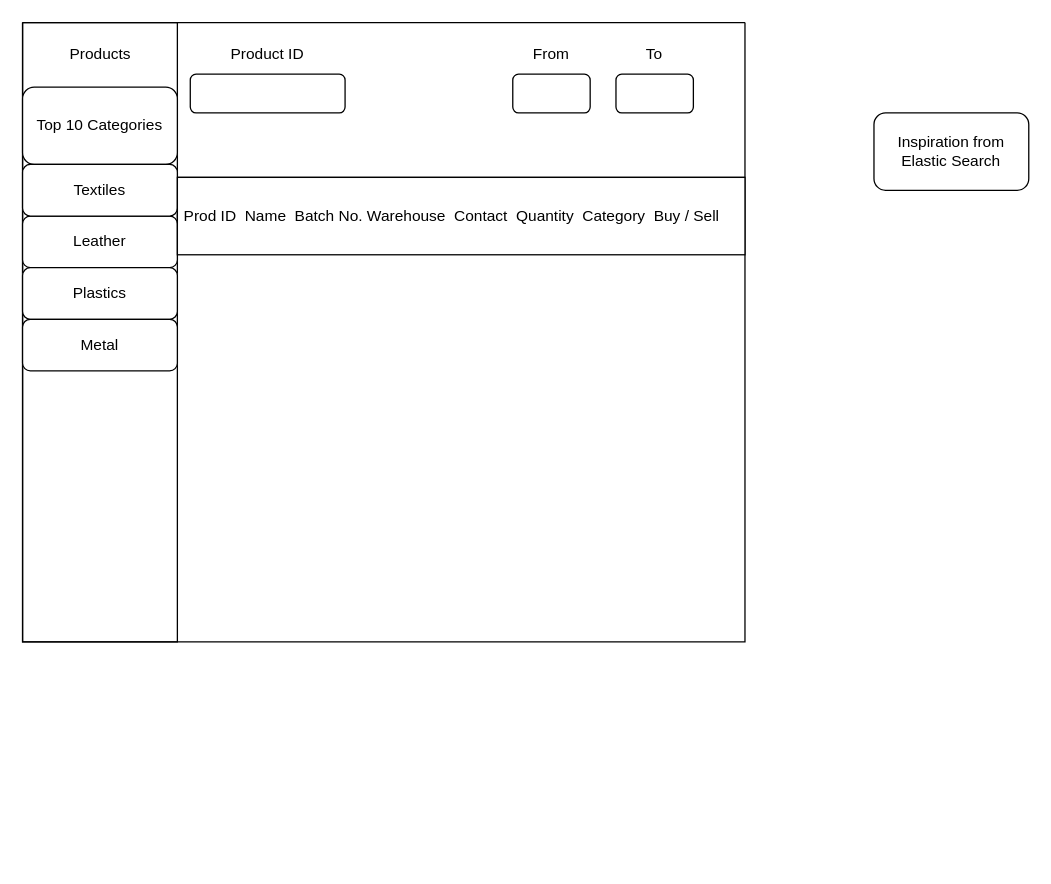
Above: dokupass.drawio in DokuPass/documents (draw.io), before the change. Source tidied: cells renumbered, new cells numbered last; positions are measured from the earlier drawing's top-left corner, leaving out a move shared by most shapes. Both pictures are drawn from the tidied source at 129%, with x=0, y=0 at pixel (22, 22).
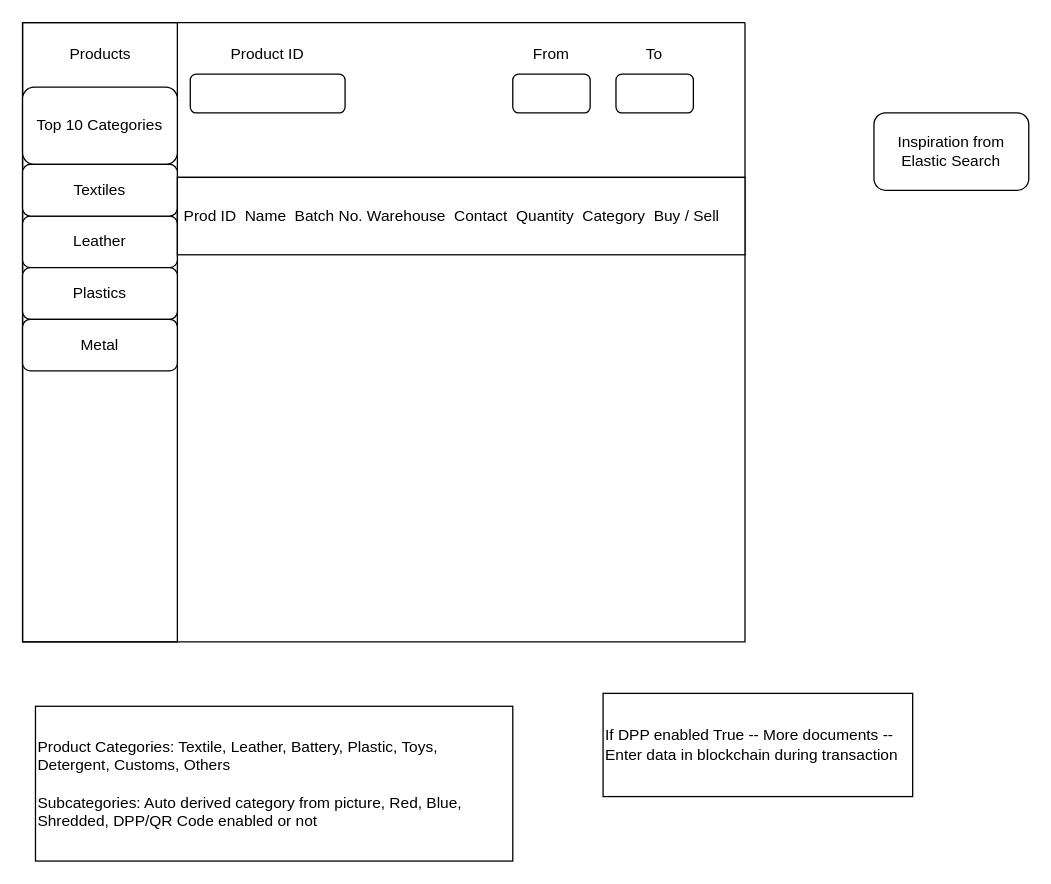
The same page after the edit.

Change to the diagram source:
```diff
@@
+    <mxCell id="19" value="Product Categories: Textile, Leather, Battery, Plastic, Toys, Detergent, Customs, Others&lt;div&gt;&lt;br&gt;&lt;/div&gt;&lt;div&gt;Subcategories: Auto derived category from picture, Red, Blue, Shredded, DPP/QR Code enabled or not&lt;/div&gt;" style="rounded=0;whiteSpace=wrap;html=1;align=left;" parent="1" vertex="1">
+      <mxGeometry x="10" y="530" width="370" height="120" as="geometry" />
+    </mxCell>
+    <mxCell id="20" value="If DPP enabled True -- More documents -- Enter data in blockchain during transaction" style="rounded=0;whiteSpace=wrap;html=1;align=left;" parent="1" vertex="1">
+      <mxGeometry x="450" y="520" width="240" height="80" as="geometry" />
+    </mxCell>
```
